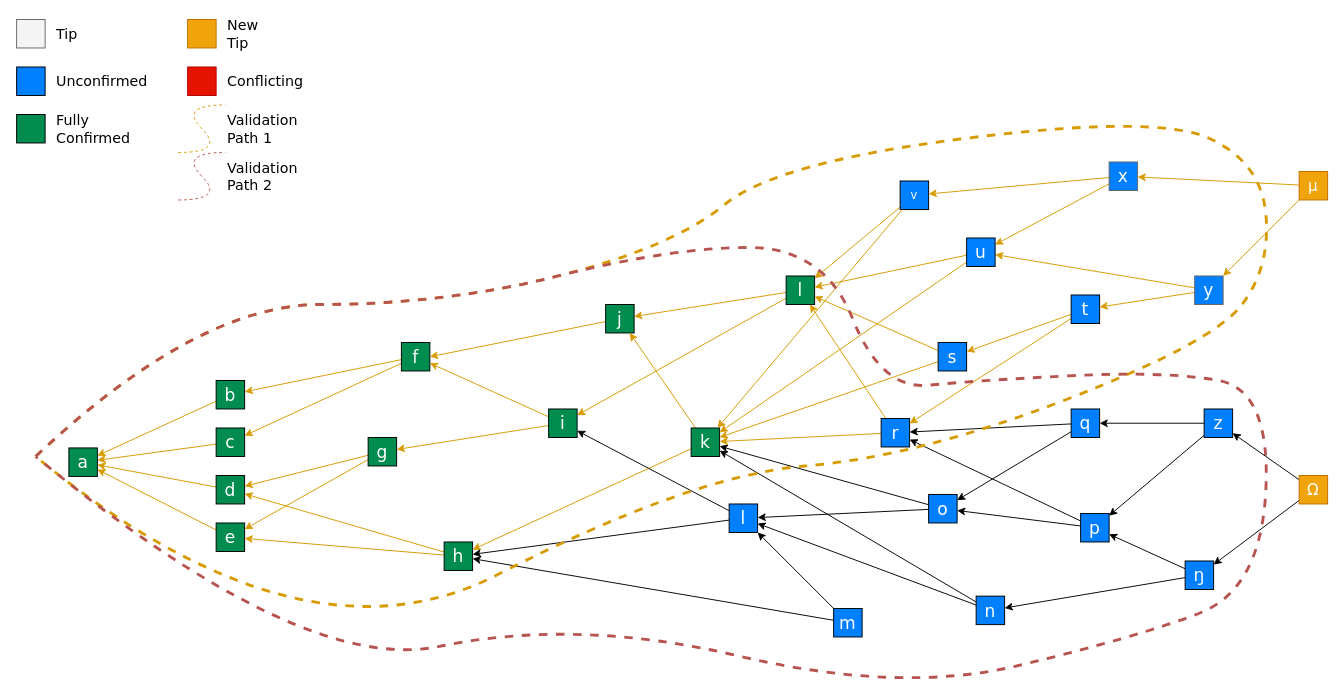
Earlier version of the draw.io diagram Emerging-Technologies-for-the-Circular-Economy/figures/Diagram Source FIles/IOTA-Second-Transaction.drawio (ETCE-LAB/teaching-material). Source tidied: cells renumbered, new cells numbered last; positions are measured from the earlier drawing's top-left corner, leaving out a move shared by most shapes. Both pictures are drawn from the tidied source at 95%, with x=0, y=0 at pixel (16, 19).
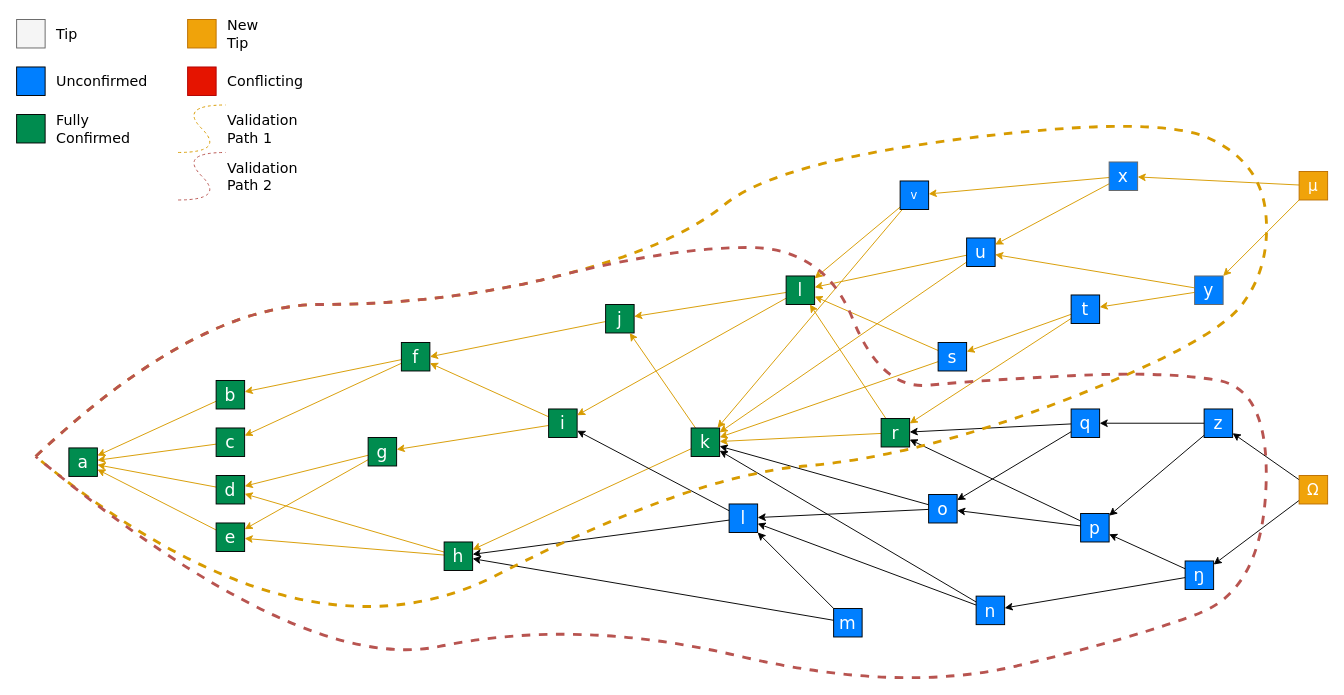
The same page after the edit.

Commit message (it also covers changes not shown here):
Fixed some IOTA figures

Diff of the diagram source:
```diff
@@
-    <mxCell id="57" value="r" style="whiteSpace=wrap;html=1;fillColor=#007FFF;strokeColor=#000000;fontFamily=Dejavu Sans;fontColor=#FFFFFF;fontSize=18;" parent="1" vertex="1">
+    <mxCell id="57" value="r" style="whiteSpace=wrap;html=1;fillColor=#008C4F;strokeColor=#000000;fontFamily=Dejavu Sans;fontColor=#FFFFFF;fontSize=18;" parent="1" vertex="1">
       <mxGeometry x="910" y="420" width="30" height="30" as="geometry" />
     </mxCell>
```
